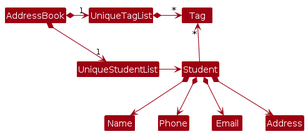
This is docs/images/BetterModelClassDiagram.png from nus-cs2103-AY2223S1/tp, a PlantUML export, as it was before one commit.
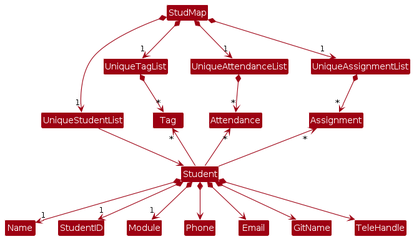
After the change.

The edit, as a diff of the source:
```diff
@@ -4,18 +4,25 @@
 skinparam arrowColor MODEL_COLOR
 skinparam classBackgroundColor MODEL_COLOR
 
-AddressBook *-right-> "1" UniqueStudentList
-AddressBook *-right-> "1" UniqueTagList
-UniqueTagList -[hidden]down- UniqueStudentList
-UniqueTagList -[hidden]down- UniqueStudentList
+StudMap *-down-> "1" UniqueStudentList
+StudMap *-down-> "1" UniqueTagList
+StudMap *-down-> "1" UniqueAttendanceList
+StudMap *-down-> "1" UniqueAssignmentList
 
-UniqueTagList *-right-> "*" Tag
-UniqueStudentList -right-> Student
+UniqueStudentList -down-> Student
+UniqueTagList *-down-> "*" Tag
+UniqueAttendanceList *-down-> "*" Attendance
+UniqueAssignmentList *-down-> "*" Assignment
 
 Student -up-> "*" Tag
+Student -up-> "*" Attendance
+Student -up-> "*" Assignment
 
-Student *--> Name
+Student *--> "1" Name
+Student *--> "1" StudentID
+Student *--> "1" Module
 Student *--> Phone
 Student *--> Email
-Student *--> Address
+Student *--> GitName
+Student *--> TeleHandle
 @enduml
```
